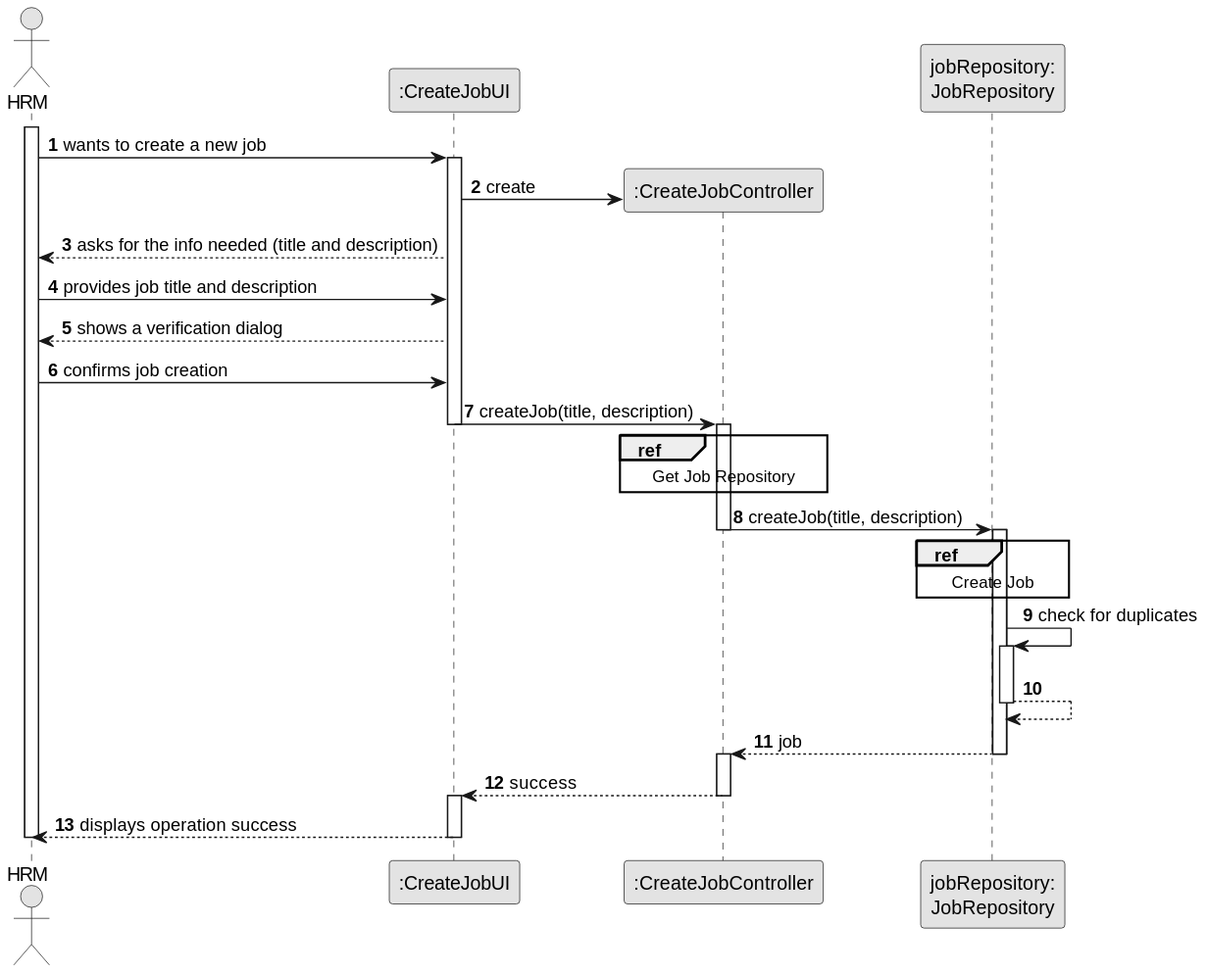
Before: docs/sprintB/us002/03.design/svg/us002-sequence-diagram-split.svg, a diagram exported from PlantUML (ricardomm7/leaflink).
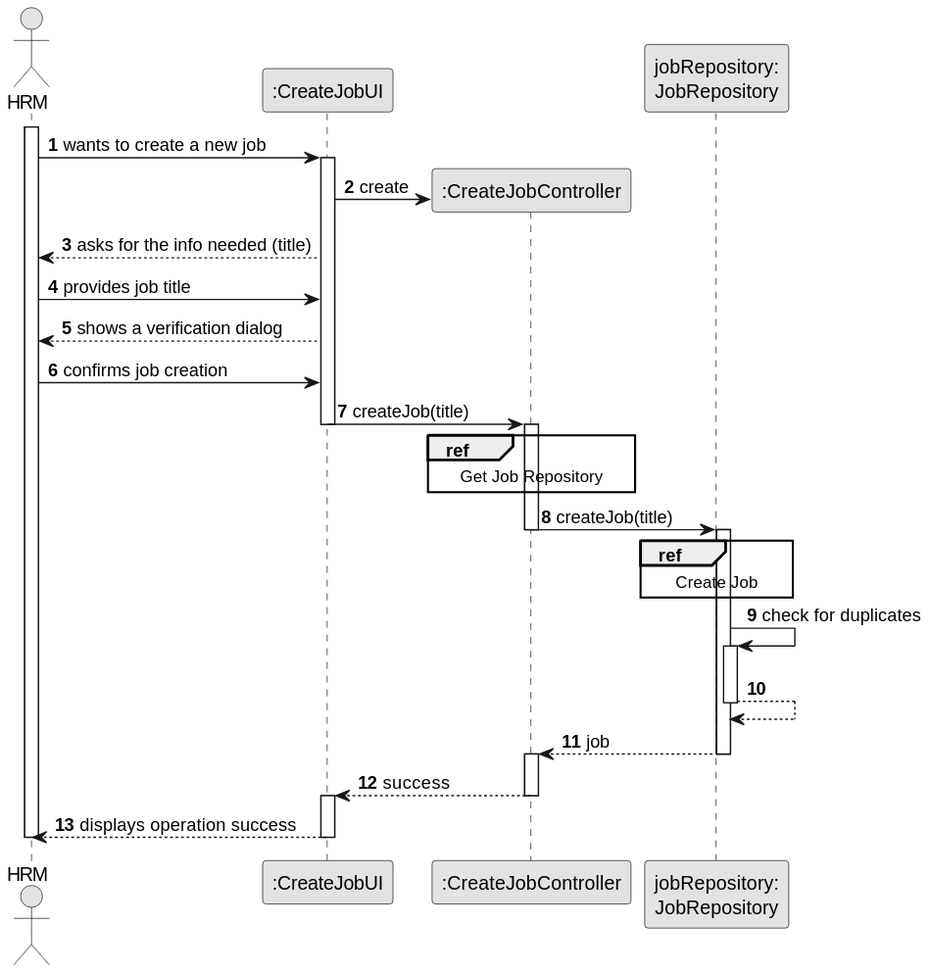
After the change.

Diff of the diagram source:
```diff
@@ -17,22 +17,22 @@
 
 UI -> CTRL** : create
 
-UI --> Employee : asks for the info needed (title and description)
+UI --> Employee : asks for the info needed (title)
 
-Employee -> UI : provides job title and description
+Employee -> UI : provides job title
 
 UI --> Employee : shows a verification dialog
 
 Employee -> UI : confirms job creation
 
-UI -> CTRL : createJob(title, description)
+UI -> CTRL : createJob(title)
 deactivate UI
 activate CTRL
         ref over CTRL
             Get Job Repository
         end ref
 
-CTRL -> jobRepository : createJob(title, description)
+CTRL -> jobRepository : createJob(title)
 deactivate CTRL
 activate jobRepository
 
```
